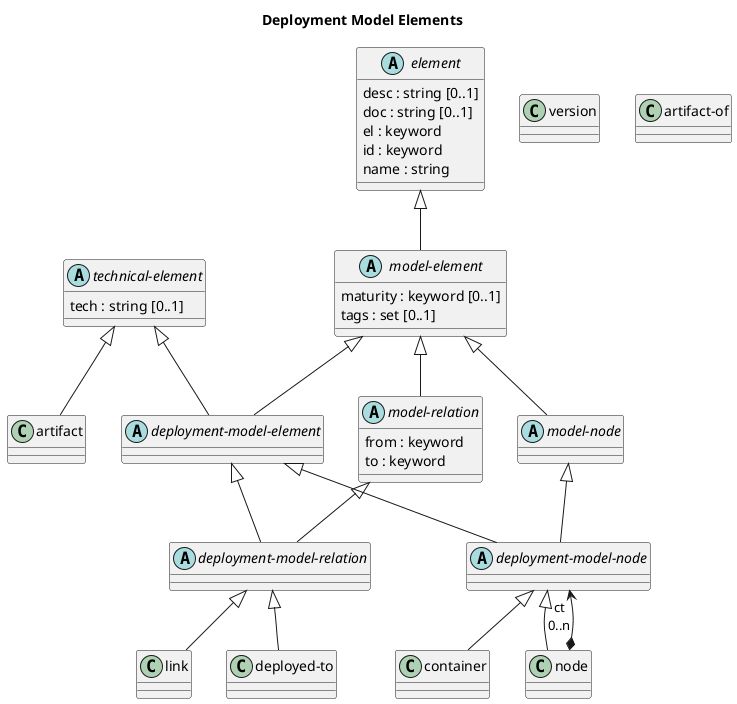
Before: docs/overarch/data-model/deployment-model-elements.png, a diagram exported from PlantUML (soulspace-org/overarch). Source of this version:
```plantuml
@startuml deployment-model-elements






title Deployment Model Elements

class "artifact" as overarch_dataModel_artifact {}
abstract class "deployment-model-relation" as overarch_dataModel_deploymentModelRelation {}
class "link" as overarch_dataModel_link {}
abstract class "model-element" as overarch_dataModel_modelElement {
  maturity : keyword [0..1]
  tags : set [0..1]
}
class "deployed-to" as overarch_dataModel_deployedTo {}
abstract class "technical-element" as overarch_dataModel_technicalElement {
  tech : string [0..1]
}
class "version" as overarch_dataModel_version {}
class "artifact-of" as overarch_dataModel_artifactOf {}
class "container" as overarch_dataModel_container {}
abstract class "deployment-model-node" as overarch_dataModel_deploymentModelNode {}
class "node" as overarch_dataModel_node {}
abstract class "model-node" as overarch_dataModel_modelNode {}
abstract class "model-relation" as overarch_dataModel_modelRelation {
  from : keyword
  to : keyword
}
abstract class "deployment-model-element" as overarch_dataModel_deploymentModelElement {}
abstract class "element" as overarch_dataModel_element {
  desc : string [0..1]
  doc : string [0..1]
  el : keyword
  id : keyword
  name : string
}
overarch_dataModel_element <|-- overarch_dataModel_modelElement
overarch_dataModel_modelRelation <|-- overarch_dataModel_deploymentModelRelation
overarch_dataModel_modelElement <|-- overarch_dataModel_modelNode
overarch_dataModel_node *-->  "ct\n0..n" overarch_dataModel_deploymentModelNode
overarch_dataModel_modelElement <|-- overarch_dataModel_modelRelation
overarch_dataModel_deploymentModelElement <|-- overarch_dataModel_deploymentModelNode
overarch_dataModel_technicalElement <|-- overarch_dataModel_artifact
overarch_dataModel_deploymentModelRelation <|-- overarch_dataModel_deployedTo
overarch_dataModel_modelNode <|-- overarch_dataModel_deploymentModelNode
overarch_dataModel_technicalElement <|-- overarch_dataModel_deploymentModelElement
overarch_dataModel_modelElement <|-- overarch_dataModel_deploymentModelElement
overarch_dataModel_deploymentModelRelation <|-- overarch_dataModel_link
overarch_dataModel_deploymentModelNode <|-- overarch_dataModel_node
overarch_dataModel_deploymentModelNode <|-- overarch_dataModel_container
overarch_dataModel_deploymentModelElement <|-- overarch_dataModel_deploymentModelRelation
@enduml
```
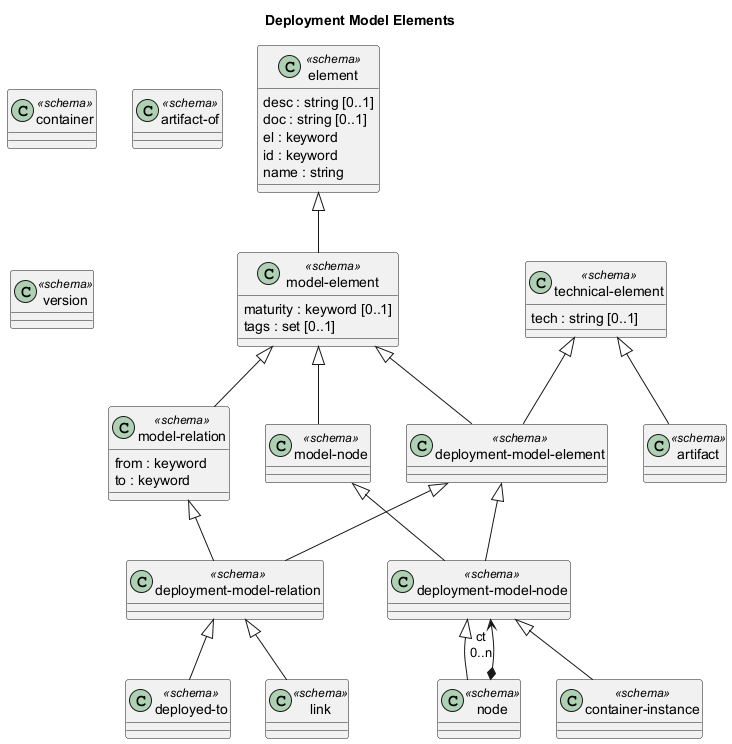
Later version of the same file.

Diff of the diagram source:
```diff
@@ -7,39 +7,41 @@
 
 title Deployment Model Elements
 
-class "artifact" as overarch_dataModel_artifact {}
-abstract class "deployment-model-relation" as overarch_dataModel_deploymentModelRelation {}
-class "link" as overarch_dataModel_link {}
-abstract class "model-element" as overarch_dataModel_modelElement {
+class "deployment-model-node" as overarch_dataModel_deploymentModelNode <<schema>> {}
+class "container" as overarch_dataModel_container <<schema>> {}
+class "model-element" as overarch_dataModel_modelElement <<schema>> {
   maturity : keyword [0..1]
   tags : set [0..1]
 }
-class "deployed-to" as overarch_dataModel_deployedTo {}
-abstract class "technical-element" as overarch_dataModel_technicalElement {
-  tech : string [0..1]
-}
-class "version" as overarch_dataModel_version {}
-class "artifact-of" as overarch_dataModel_artifactOf {}
-class "container" as overarch_dataModel_container {}
-abstract class "deployment-model-node" as overarch_dataModel_deploymentModelNode {}
-class "node" as overarch_dataModel_node {}
-abstract class "model-node" as overarch_dataModel_modelNode {}
-abstract class "model-relation" as overarch_dataModel_modelRelation {
-  from : keyword
-  to : keyword
-}
-abstract class "deployment-model-element" as overarch_dataModel_deploymentModelElement {}
-abstract class "element" as overarch_dataModel_element {
+class "artifact-of" as overarch_dataModel_artifactOf <<schema>> {}
+class "artifact" as overarch_dataModel_artifact <<schema>> {}
+class "deployed-to" as overarch_dataModel_deployedTo <<schema>> {}
+class "deployment-model-relation" as overarch_dataModel_deploymentModelRelation <<schema>> {}
+class "node" as overarch_dataModel_node <<schema>> {}
+class "link" as overarch_dataModel_link <<schema>> {}
+class "container-instance" as overarch_dataModel_containerInstance <<schema>> {}
+class "model-node" as overarch_dataModel_modelNode <<schema>> {}
+class "element" as overarch_dataModel_element <<schema>> {
   desc : string [0..1]
   doc : string [0..1]
   el : keyword
   id : keyword
   name : string
 }
+class "version" as overarch_dataModel_version <<schema>> {}
+class "deployment-model-element" as overarch_dataModel_deploymentModelElement <<schema>> {}
+class "technical-element" as overarch_dataModel_technicalElement <<schema>> {
+  tech : string [0..1]
+}
+class "model-relation" as overarch_dataModel_modelRelation <<schema>> {
+  from : keyword
+  to : keyword
+}
 overarch_dataModel_element <|-- overarch_dataModel_modelElement
 overarch_dataModel_modelRelation <|-- overarch_dataModel_deploymentModelRelation
 overarch_dataModel_modelElement <|-- overarch_dataModel_modelNode
 overarch_dataModel_node *-->  "ct\n0..n" overarch_dataModel_deploymentModelNode
+overarch_dataModel_deploymentModelNode <|-- overarch_dataModel_containerInstance
 overarch_dataModel_modelElement <|-- overarch_dataModel_modelRelation
 overarch_dataModel_deploymentModelElement <|-- overarch_dataModel_deploymentModelNode
 overarch_dataModel_technicalElement <|-- overarch_dataModel_artifact
@@ -49,6 +51,5 @@
 overarch_dataModel_modelElement <|-- overarch_dataModel_deploymentModelElement
 overarch_dataModel_deploymentModelRelation <|-- overarch_dataModel_link
 overarch_dataModel_deploymentModelNode <|-- overarch_dataModel_node
-overarch_dataModel_deploymentModelNode <|-- overarch_dataModel_container
 overarch_dataModel_deploymentModelElement <|-- overarch_dataModel_deploymentModelRelation
 @enduml
```
